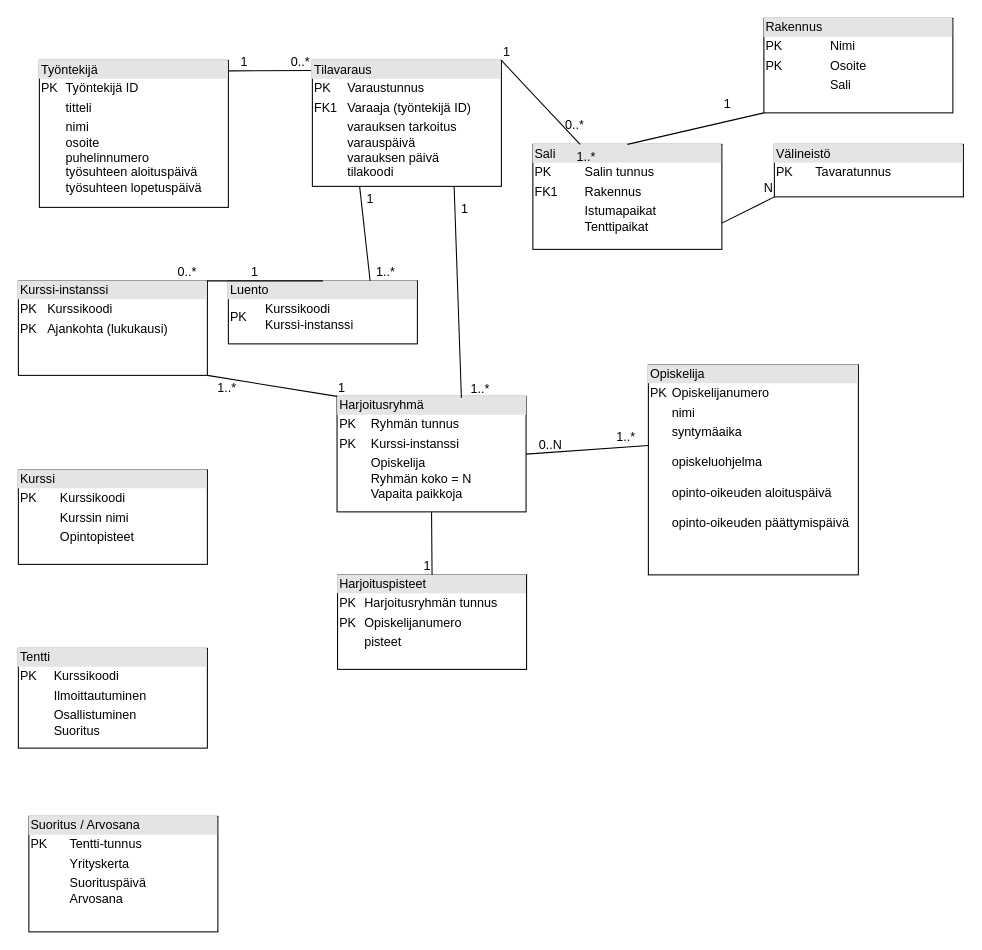
Earlier version of the draw.io diagram Untitled Diagram.drawio (ItsameMerio/basic_fun_projects). Source tidied: cells renumbered, new cells numbered last; positions are measured from the earlier drawing's top-left corner, leaving out a move shared by most shapes. Both pictures are drawn from the tidied source at 105%, with x=0, y=0 at pixel (18, 18).
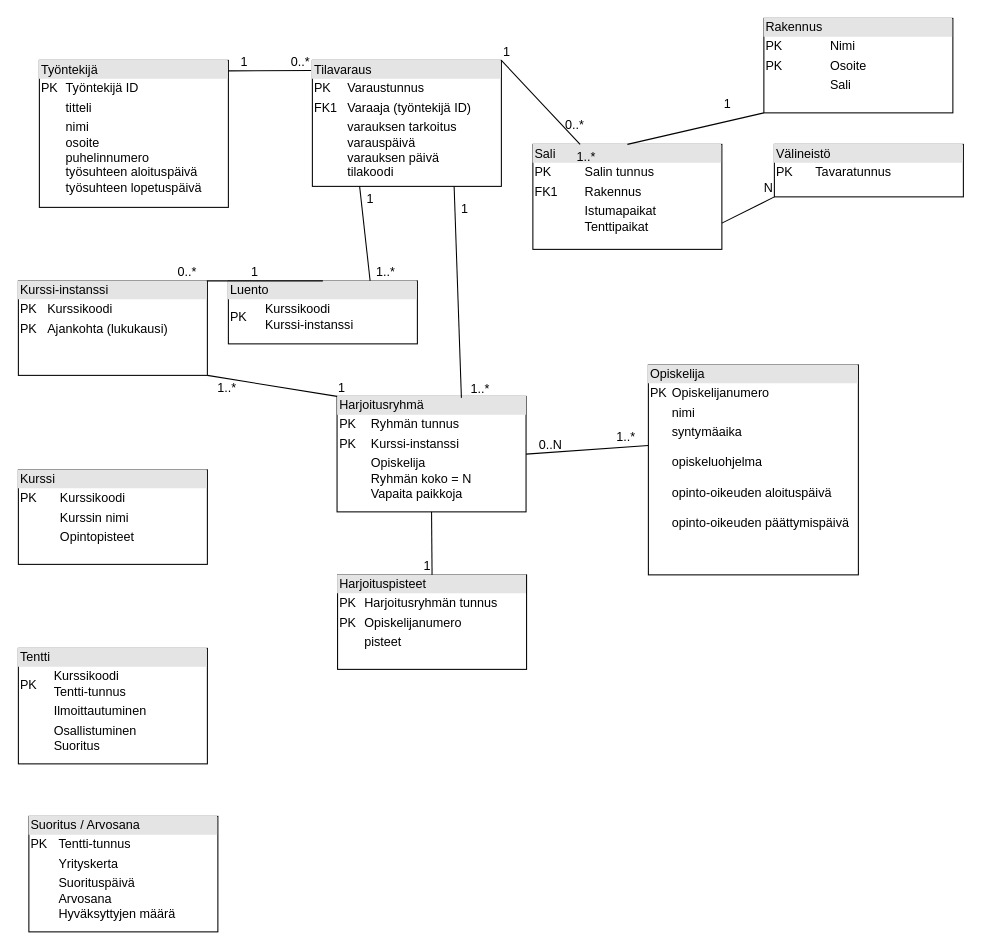
The same diagram, later.

Commit message:
Lisää tentti tunnus

The edit, as a diff of the source:
```diff
@@
-    <mxCell id="39" value="&lt;div style=&quot;box-sizing:border-box;width:100%;background:#e4e4e4;padding:2px;&quot;&gt;Tentti&lt;/div&gt;&lt;table style=&quot;width:100%;font-size:1em;&quot; cellpadding=&quot;2&quot; cellspacing=&quot;0&quot;&gt;&lt;tbody&gt;&lt;tr&gt;&lt;td&gt;PK&lt;/td&gt;&lt;td&gt;Kurssikoodi&lt;/td&gt;&lt;/tr&gt;&lt;tr&gt;&lt;td&gt;&lt;br&gt;&lt;/td&gt;&lt;td&gt;Ilmoittautuminen&lt;/td&gt;&lt;/tr&gt;&lt;tr&gt;&lt;td&gt;&lt;/td&gt;&lt;td&gt;Osallistuminen&lt;br&gt;Suoritus&lt;/td&gt;&lt;/tr&gt;&lt;/tbody&gt;&lt;/table&gt;" style="verticalAlign=top;align=left;overflow=fill;html=1;whiteSpace=wrap;" parent="1" vertex="1">
-      <mxGeometry y="600" width="180" height="95" as="geometry" />
+    <mxCell id="39" value="&lt;div style=&quot;box-sizing:border-box;width:100%;background:#e4e4e4;padding:2px;&quot;&gt;Tentti&lt;/div&gt;&lt;table style=&quot;width:100%;font-size:1em;&quot; cellpadding=&quot;2&quot; cellspacing=&quot;0&quot;&gt;&lt;tbody&gt;&lt;tr&gt;&lt;td&gt;PK&lt;/td&gt;&lt;td&gt;Kurssikoodi&lt;br&gt;Tentti-tunnus&lt;/td&gt;&lt;/tr&gt;&lt;tr&gt;&lt;td&gt;&lt;br&gt;&lt;/td&gt;&lt;td&gt;Ilmoittautuminen&lt;/td&gt;&lt;/tr&gt;&lt;tr&gt;&lt;td&gt;&lt;/td&gt;&lt;td&gt;Osallistuminen&lt;br&gt;Suoritus&lt;/td&gt;&lt;/tr&gt;&lt;/tbody&gt;&lt;/table&gt;" style="verticalAlign=top;align=left;overflow=fill;html=1;whiteSpace=wrap;" parent="1" vertex="1">
+      <mxGeometry y="600" width="180" height="110" as="geometry" />
     </mxCell>
@@
-    <mxCell id="42" value="&lt;div style=&quot;box-sizing:border-box;width:100%;background:#e4e4e4;padding:2px;&quot;&gt;Suoritus / Arvosana&lt;/div&gt;&lt;table style=&quot;width:100%;font-size:1em;&quot; cellpadding=&quot;2&quot; cellspacing=&quot;0&quot;&gt;&lt;tbody&gt;&lt;tr&gt;&lt;td&gt;PK&lt;/td&gt;&lt;td&gt;Tentti-tunnus&lt;/td&gt;&lt;/tr&gt;&lt;tr&gt;&lt;td&gt;&lt;br&gt;&lt;/td&gt;&lt;td&gt;Yrityskerta&lt;/td&gt;&lt;/tr&gt;&lt;tr&gt;&lt;td&gt;&lt;/td&gt;&lt;td&gt;Suorituspäivä&lt;br&gt;Arvosana&lt;/td&gt;&lt;/tr&gt;&lt;/tbody&gt;&lt;/table&gt;" style="verticalAlign=top;align=left;overflow=fill;html=1;whiteSpace=wrap;" parent="1" vertex="1">
+    <mxCell id="42" value="&lt;div style=&quot;box-sizing:border-box;width:100%;background:#e4e4e4;padding:2px;&quot;&gt;Suoritus / Arvosana&lt;/div&gt;&lt;table style=&quot;width:100%;font-size:1em;&quot; cellpadding=&quot;2&quot; cellspacing=&quot;0&quot;&gt;&lt;tbody&gt;&lt;tr&gt;&lt;td&gt;PK&lt;/td&gt;&lt;td&gt;Tentti-tunnus&lt;/td&gt;&lt;/tr&gt;&lt;tr&gt;&lt;td&gt;&lt;br&gt;&lt;/td&gt;&lt;td&gt;Yrityskerta&lt;/td&gt;&lt;/tr&gt;&lt;tr&gt;&lt;td&gt;&lt;/td&gt;&lt;td&gt;Suorituspäivä&lt;br&gt;Arvosana&lt;br&gt;Hyväksyttyjen määrä&lt;/td&gt;&lt;/tr&gt;&lt;/tbody&gt;&lt;/table&gt;" style="verticalAlign=top;align=left;overflow=fill;html=1;whiteSpace=wrap;" parent="1" vertex="1">
       <mxGeometry x="10" y="760" width="180" height="110" as="geometry" />
     </mxCell>
```
